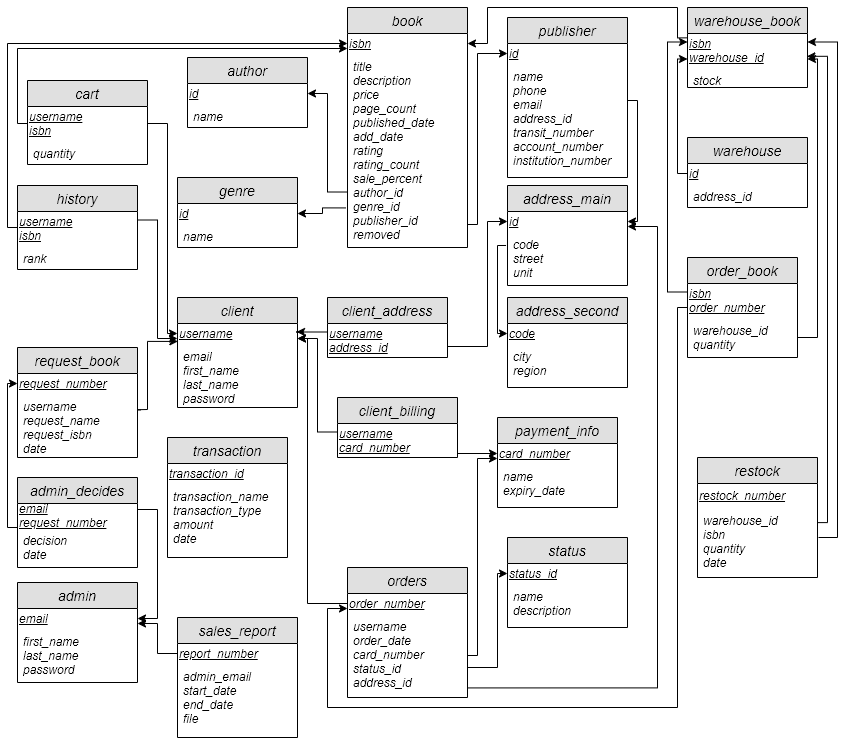
SharjeelAliBCS/Book-Sanctum keeps this draw.io diagram as documentation/schema.png. Above is the earlier version. Source tidied: cells renumbered, new cells last; positions are measured from the earlier drawing's top-left corner, leaving out a move shared by most shapes.
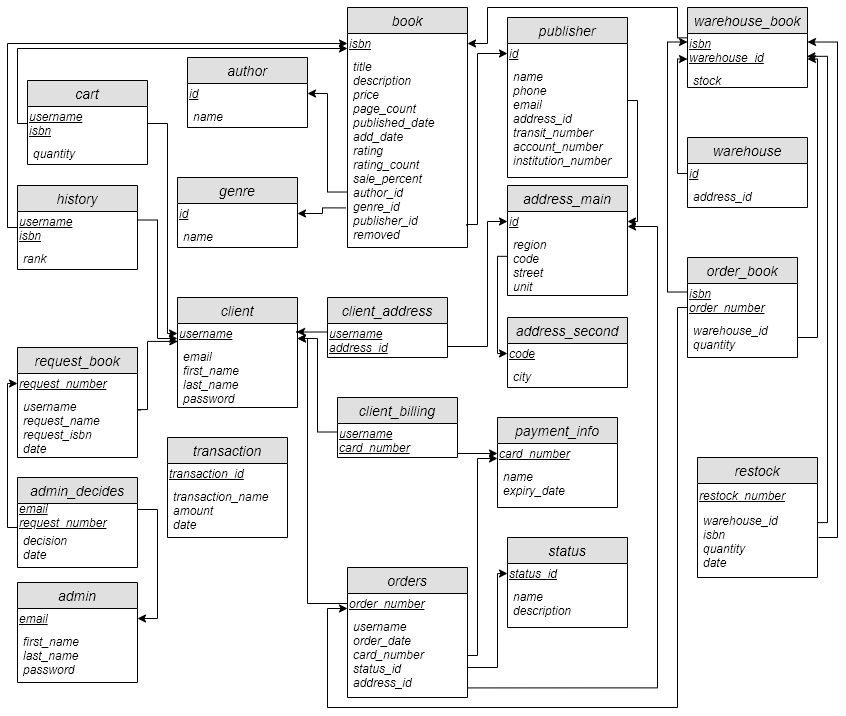
The same file after the commit.

What changed in the source:
```diff
@@ -86,15 +86,6 @@
     <mxCell id="25" value="&lt;i&gt;&lt;u&gt;username&lt;br&gt;card_number&lt;br&gt;&lt;/u&gt;&lt;/i&gt;" style="text;html=1;strokeColor=none;fillColor=none;align=left;verticalAlign=middle;whiteSpace=wrap;rounded=0;" parent="24" vertex="1">
       <mxGeometry y="26" width="120" height="34" as="geometry" />
     </mxCell>
-    <mxCell id="26" value="address_second" style="swimlane;fontStyle=2;horizontal=1;startSize=26;fillColor=#e0e0e0;swimlaneFillColor=#ffffff;align=center;fontSize=14;" parent="1" vertex="1">
-      <mxGeometry x="500" y="290" width="120" height="90" as="geometry" />
-    </mxCell>
-    <mxCell id="27" value="&lt;i&gt;&lt;u&gt;code&lt;/u&gt;&lt;/i&gt;" style="text;html=1;strokeColor=none;fillColor=none;align=left;verticalAlign=middle;whiteSpace=wrap;rounded=0;" parent="26" vertex="1">
-      <mxGeometry y="26" width="120" height="20" as="geometry" />
-    </mxCell>
-    <mxCell id="28" value="city&#10;region" style="text;strokeColor=none;fillColor=none;spacingLeft=4;spacingRight=4;overflow=hidden;fontSize=12;fontStyle=2;align=left;" parent="26" vertex="1">
-      <mxGeometry y="46" width="120" height="44" as="geometry" />
-    </mxCell>
     <mxCell id="29" style="edgeStyle=orthogonalEdgeStyle;rounded=0;jettySize=auto;html=1;entryX=0;entryY=0.75;entryDx=0;entryDy=0;exitX=0;exitY=0.5;exitDx=0;exitDy=0;" parent="1" edge="1" source="72" target="22">
       <mxGeometry relative="1" as="geometry">
         <Array as="points">
@@ -122,13 +113,13 @@
       <mxGeometry y="46" width="120" height="114" as="geometry" />
     </mxCell>
     <mxCell id="36" value="address_main" style="swimlane;fontStyle=2;horizontal=1;startSize=26;fillColor=#e0e0e0;swimlaneFillColor=#ffffff;align=center;fontSize=14;" parent="1" vertex="1">
-      <mxGeometry x="500" y="178" width="120" height="100" as="geometry" />
+      <mxGeometry x="500" y="178" width="120" height="110" as="geometry" />
     </mxCell>
     <mxCell id="37" value="&lt;i&gt;&lt;u&gt;id&lt;/u&gt;&lt;/i&gt;" style="text;html=1;strokeColor=none;fillColor=none;align=left;verticalAlign=middle;whiteSpace=wrap;rounded=0;" parent="36" vertex="1">
       <mxGeometry y="26" width="120" height="20" as="geometry" />
     </mxCell>
-    <mxCell id="38" value="code&#10;street&#10;unit" style="text;strokeColor=none;fillColor=none;spacingLeft=4;spacingRight=4;overflow=hidden;points=[[0,0.5],[1,0.5]];portConstraint=eastwest;fontSize=12;fontStyle=2;align=left;" parent="36" vertex="1">
-      <mxGeometry y="46" width="120" height="54" as="geometry" />
+    <mxCell id="38" value="region&#10;code&#10;street&#10;unit" style="text;strokeColor=none;fillColor=none;spacingLeft=4;spacingRight=4;overflow=hidden;points=[[0,0.5],[1,0.5]];portConstraint=eastwest;fontSize=12;fontStyle=2;align=left;" parent="36" vertex="1">
+      <mxGeometry y="46" width="120" height="64" as="geometry" />
     </mxCell>
     <mxCell id="39" value="order_book" style="swimlane;fontStyle=2;horizontal=1;startSize=26;fillColor=#e0e0e0;swimlaneFillColor=#ffffff;align=center;fontSize=14;" parent="1" vertex="1">
       <mxGeometry x="680" y="250" width="110" height="100" as="geometry" />
@@ -162,11 +153,11 @@
         </Array>
       </mxGeometry>
     </mxCell>
-    <mxCell id="46" style="edgeStyle=orthogonalEdgeStyle;rounded=0;jettySize=auto;html=1;entryX=0;entryY=0.5;entryDx=0;entryDy=0;exitX=-0.012;exitY=0.259;exitDx=0;exitDy=0;exitPerimeter=0;" parent="1" edge="1" source="38" target="27">
+    <mxCell id="46" style="edgeStyle=orthogonalEdgeStyle;rounded=0;jettySize=auto;html=1;entryX=0;entryY=0.5;entryDx=0;entryDy=0;exitX=0.002;exitY=0.388;exitDx=0;exitDy=0;exitPerimeter=0;" parent="1" edge="1" source="38" target="27">
       <mxGeometry relative="1" as="geometry">
         <Array as="points">
-          <mxPoint x="490" y="238" />
-          <mxPoint x="490" y="326" />
+          <mxPoint x="490" y="249" />
+          <mxPoint x="490" y="346" />
         </Array>
       </mxGeometry>
     </mxCell>
@@ -334,9 +325,6 @@
     <mxCell id="73" value="address_id" style="text;strokeColor=none;fillColor=none;spacingLeft=4;spacingRight=4;overflow=hidden;fontSize=12;fontStyle=2;align=left;" parent="71" vertex="1">
       <mxGeometry y="46" width="120" height="24" as="geometry" />
     </mxCell>
-    <mxCell id="74" style="edgeStyle=orthogonalEdgeStyle;rounded=0;jettySize=auto;html=1;entryX=1;entryY=0.75;entryDx=0;entryDy=0;startArrow=none;startFill=0;endArrow=classic;endFill=1;exitX=0;exitY=0.5;exitDx=0;exitDy=0;" parent="1" edge="1" source="94" target="91">
-      <mxGeometry relative="1" as="geometry" />
-    </mxCell>
     <mxCell id="75" value="payment_info" style="swimlane;fontStyle=2;horizontal=1;startSize=26;fillColor=#e0e0e0;swimlaneFillColor=#ffffff;align=center;fontSize=14;" parent="1" vertex="1">
       <mxGeometry x="490" y="410" width="120" height="90" as="geometry" />
     </mxCell>
@@ -356,13 +344,13 @@
       <mxGeometry y="46" width="120" height="44" as="geometry" />
     </mxCell>
     <mxCell id="81" value="transaction" style="swimlane;fontStyle=2;horizontal=1;startSize=26;fillColor=#e0e0e0;swimlaneFillColor=#ffffff;align=center;fontSize=14;" parent="1" vertex="1">
-      <mxGeometry x="160" y="430" width="120" height="120" as="geometry" />
+      <mxGeometry x="160" y="430" width="120" height="100" as="geometry" />
     </mxCell>
     <mxCell id="82" value="&lt;i&gt;&lt;u&gt;transaction_id&lt;/u&gt;&lt;/i&gt;" style="text;html=1;strokeColor=none;fillColor=none;align=left;verticalAlign=middle;whiteSpace=wrap;rounded=0;" parent="81" vertex="1">
       <mxGeometry y="26" width="120" height="20" as="geometry" />
     </mxCell>
-    <mxCell id="83" value="transaction_name&#10;transaction_type&#10;amount&#10;date" style="text;strokeColor=none;fillColor=none;spacingLeft=4;spacingRight=4;overflow=hidden;fontSize=12;fontStyle=2;align=left;" parent="81" vertex="1">
-      <mxGeometry y="46" width="120" height="74" as="geometry" />
+    <mxCell id="83" value="transaction_name&#10;amount&#10;date" style="text;strokeColor=none;fillColor=none;spacingLeft=4;spacingRight=4;overflow=hidden;fontSize=12;fontStyle=2;align=left;" parent="81" vertex="1">
+      <mxGeometry y="46" width="120" height="54" as="geometry" />
     </mxCell>
     <mxCell id="84" value="request_book" style="swimlane;fontStyle=2;horizontal=1;startSize=26;fillColor=#e0e0e0;swimlaneFillColor=#ffffff;align=center;fontSize=14;" parent="1" vertex="1">
       <mxGeometry x="10" y="340" width="120" height="110" as="geometry" />
@@ -391,15 +379,6 @@
     <mxCell id="92" value="first_name&#10;last_name&#10;password" style="text;strokeColor=none;fillColor=none;spacingLeft=4;spacingRight=4;overflow=hidden;fontSize=12;fontStyle=2;align=left;" parent="90" vertex="1">
       <mxGeometry y="46" width="120" height="54" as="geometry" />
     </mxCell>
-    <mxCell id="93" value="sales_report" style="swimlane;fontStyle=2;horizontal=1;startSize=26;fillColor=#e0e0e0;swimlaneFillColor=#ffffff;align=center;fontSize=14;" parent="1" vertex="1">
-      <mxGeometry x="170" y="610" width="120" height="120" as="geometry" />
-    </mxCell>
-    <mxCell id="94" value="&lt;i&gt;&lt;u&gt;report_number&lt;/u&gt;&lt;/i&gt;" style="text;html=1;strokeColor=none;fillColor=none;align=left;verticalAlign=middle;whiteSpace=wrap;rounded=0;" parent="93" vertex="1">
-      <mxGeometry y="26" width="120" height="20" as="geometry" />
-    </mxCell>
-    <mxCell id="95" value="admin_email&#10;start_date&#10;end_date&#10;file" style="text;strokeColor=none;fillColor=none;spacingLeft=4;spacingRight=4;overflow=hidden;fontSize=12;fontStyle=2;align=left;" parent="93" vertex="1">
-      <mxGeometry y="46" width="120" height="74" as="geometry" />
-    </mxCell>
     <mxCell id="96" style="edgeStyle=orthogonalEdgeStyle;rounded=0;jettySize=auto;html=1;entryX=0;entryY=0.75;entryDx=0;entryDy=0;startArrow=none;startFill=0;endArrow=classic;endFill=1;" parent="1" edge="1" source="40" target="63">
       <mxGeometry relative="1" as="geometry">
         <Array as="points">
@@ -410,5 +389,14 @@
         </Array>
       </mxGeometry>
     </mxCell>
+    <mxCell id="26" value="address_second" style="swimlane;fontStyle=2;horizontal=1;startSize=26;fillColor=#e0e0e0;swimlaneFillColor=#ffffff;align=center;fontSize=14;" parent="1" vertex="1">
+      <mxGeometry x="500" y="310" width="120" height="70" as="geometry" />
+    </mxCell>
+    <mxCell id="27" value="&lt;i&gt;&lt;u&gt;code&lt;/u&gt;&lt;/i&gt;" style="text;html=1;strokeColor=none;fillColor=none;align=left;verticalAlign=middle;whiteSpace=wrap;rounded=0;" parent="26" vertex="1">
+      <mxGeometry y="26" width="120" height="20" as="geometry" />
+    </mxCell>
+    <mxCell id="28" value="city" style="text;strokeColor=none;fillColor=none;spacingLeft=4;spacingRight=4;overflow=hidden;fontSize=12;fontStyle=2;align=left;" parent="26" vertex="1">
+      <mxGeometry y="46" width="120" height="24" as="geometry" />
+    </mxCell>
   </root>
 </mxGraphModel>
```
